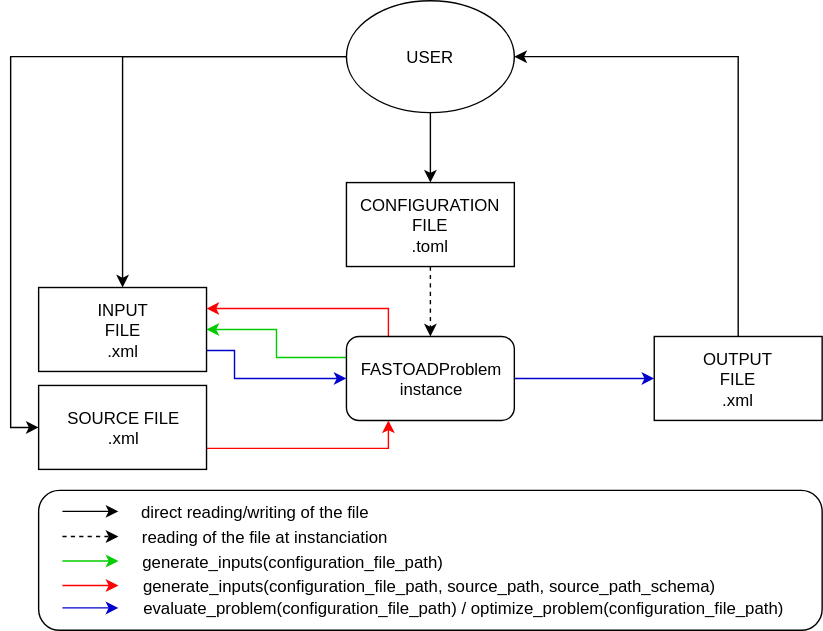
This is notebooks/tutorial/img/user_files_arch.svg from fast-aircraft-design/FAST-OAD, a draw.io export, as it was before one commit. Source tidied: cells renumbered, new cells last; positions are measured from the earlier drawing's top-left corner, leaving out a move shared by most shapes.
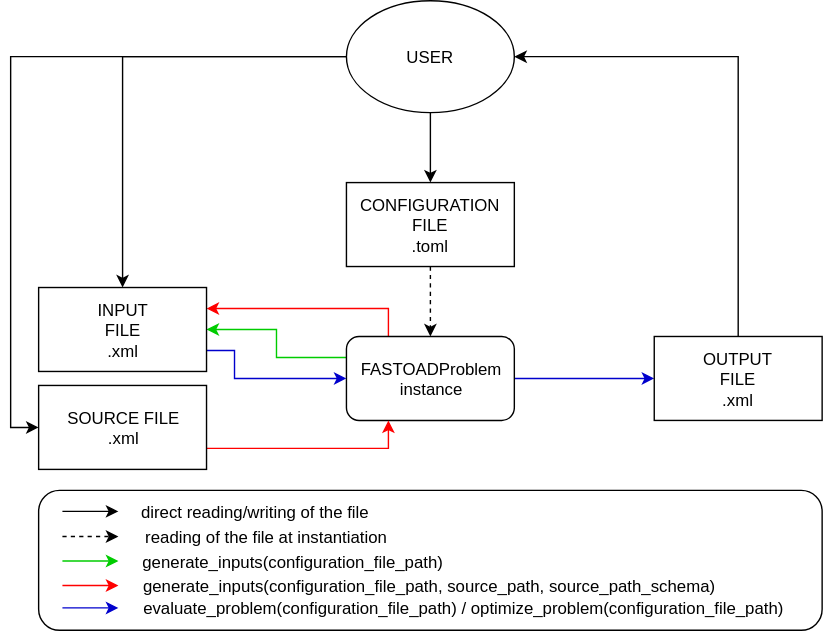
After the change.

Commit message:
Replaced instanciation by instantiation

The edit, as a diff of the source:
```diff
@@ -111,7 +111,7 @@
         </Array>
       </mxGeometry>
     </mxCell>
-    <mxCell id="26" value="reading of the file at instanciation" style="text;html=1;strokeColor=none;fillColor=none;align=center;verticalAlign=middle;whiteSpace=wrap;rounded=0;" parent="1" vertex="1">
+    <mxCell id="26" value="reading of the file at instantiation" style="text;html=1;strokeColor=none;fillColor=none;align=center;verticalAlign=middle;whiteSpace=wrap;rounded=0;" parent="1" vertex="1">
       <mxGeometry x="67" y="373" width="190" height="20" as="geometry" />
     </mxCell>
     <mxCell id="27" style="endArrow=classic;html=1;strokeColor=#00CC00;rounded=0;" parent="1" edge="1">
```
